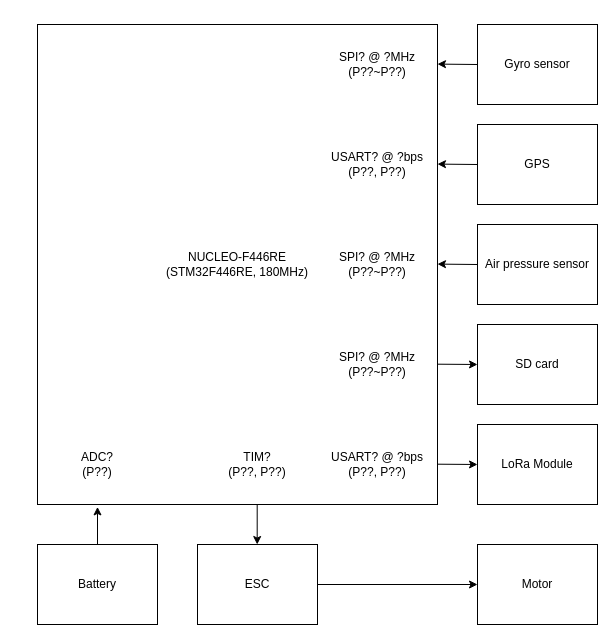
Earlier version of the draw.io diagram page "Main" (1 of 2) of diagram/connectionDiagram.drawio (OProcessing/giantHornet). Source tidied: cells renumbered, new cells numbered last; positions are measured from the earlier drawing's top-left corner, leaving out a move shared by most shapes. Both pictures are drawn from the tidied source at 100%, with x=0, y=0 at pixel (17, 24).
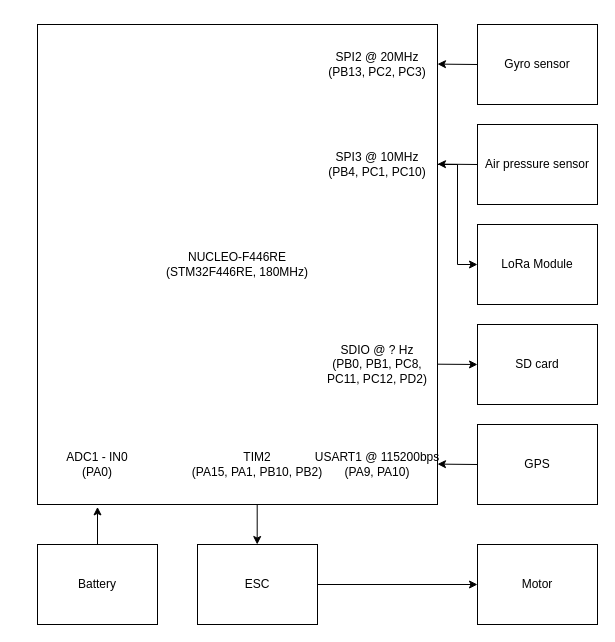
The same diagram, later.

The change refers to these unchanged cells:
```xml
<mxCell id="2" value="NUCLEO-F446RE&lt;br&gt;(STM32F446RE, 180MHz)" style="rounded=0;whiteSpace=wrap;html=1;" parent="1" vertex="1">
  <mxGeometry x="20" width="400" height="480" as="geometry" />
</mxCell>
```

Diff of the diagram source:
```diff
@@
+    <mxCell id="26" style="edgeStyle=orthogonalEdgeStyle;rounded=0;jettySize=auto;html=1;exitX=1;exitY=0;exitDx=0;exitDy=0;entryX=0;entryY=0.5;entryDx=0;entryDy=0;" parent="1" edge="1" source="2" target="25">
+      <mxGeometry relative="1" as="geometry">
+        <Array as="points">
+          <mxPoint x="420" y="140" />
+          <mxPoint x="440" y="140" />
+          <mxPoint x="440" y="240" />
+        </Array>
+      </mxGeometry>
+    </mxCell>
@@
-    <mxCell id="3" value="SPI? @ ?MHz&lt;br&gt;(P??~P??)" style="text;html=1;strokeColor=none;fillColor=none;align=center;verticalAlign=middle;whiteSpace=wrap;rounded=0;" parent="1" vertex="1">
+    <mxCell id="3" value="SPI2 @ 20MHz&lt;br&gt;(PB13, PC2, PC3)" style="text;html=1;strokeColor=none;fillColor=none;align=center;verticalAlign=middle;whiteSpace=wrap;rounded=0;" parent="1" vertex="1">
       <mxGeometry x="280" y="20" width="160" height="40" as="geometry" />
     </mxCell>
@@
-    <mxCell id="7" value="SPI? @ ?MHz&lt;br&gt;(P??~P??)" style="text;html=1;strokeColor=none;fillColor=none;align=center;verticalAlign=middle;whiteSpace=wrap;rounded=0;" parent="1" vertex="1">
+    <mxCell id="7" value="SDIO @ ? Hz&lt;br&gt;(PB0, PB1,&amp;nbsp;PC8,&lt;br&gt;PC11,&amp;nbsp;PC12,&amp;nbsp;PD2)" style="text;html=1;strokeColor=none;fillColor=none;align=center;verticalAlign=middle;whiteSpace=wrap;rounded=0;" parent="1" vertex="1">
       <mxGeometry x="280" y="320" width="160" height="40" as="geometry" />
     </mxCell>
-    <mxCell id="8" value="USART? @ ?bps&lt;br&gt;(P??, P??)" style="text;html=1;strokeColor=none;fillColor=none;align=center;verticalAlign=middle;whiteSpace=wrap;rounded=0;" parent="1" vertex="1">
-      <mxGeometry x="280" y="120" width="160" height="40" as="geometry" />
+    <mxCell id="8" value="USART1 @ 115200bps&lt;br&gt;(PA9, PA10)" style="text;html=1;strokeColor=none;fillColor=none;align=center;verticalAlign=middle;whiteSpace=wrap;rounded=0;" parent="1" vertex="1">
+      <mxGeometry x="280" y="420" width="160" height="40" as="geometry" />
     </mxCell>
-    <mxCell id="9" value="SPI? @ ?MHz&lt;br&gt;(P??~P??)" style="text;html=1;strokeColor=none;fillColor=none;align=center;verticalAlign=middle;whiteSpace=wrap;rounded=0;" parent="1" vertex="1">
-      <mxGeometry x="280" y="220" width="160" height="40" as="geometry" />
+    <mxCell id="9" value="SPI3 @ 10MHz&lt;br&gt;(PB4, PC1, PC10)" style="text;html=1;strokeColor=none;fillColor=none;align=center;verticalAlign=middle;whiteSpace=wrap;rounded=0;" parent="1" vertex="1">
+      <mxGeometry x="280" y="120" width="160" height="40" as="geometry" />
     </mxCell>
-    <mxCell id="10" value="USART? @ ?bps&lt;br&gt;(P??, P??)" style="text;html=1;strokeColor=none;fillColor=none;align=center;verticalAlign=middle;whiteSpace=wrap;rounded=0;" parent="1" vertex="1">
-      <mxGeometry x="280" y="420" width="160" height="40" as="geometry" />
-    </mxCell>
-    <mxCell id="11" value="TIM?&lt;br&gt;(P??, P??)" style="text;html=1;strokeColor=none;fillColor=none;align=center;verticalAlign=middle;whiteSpace=wrap;rounded=0;" parent="1" vertex="1">
+    <mxCell id="11" value="TIM2&lt;br&gt;(PA15, PA1,&amp;nbsp;PB10, PB2)" style="text;html=1;strokeColor=none;fillColor=none;align=center;verticalAlign=middle;whiteSpace=wrap;rounded=0;" parent="1" vertex="1">
       <mxGeometry x="160" y="420" width="160" height="40" as="geometry" />
     </mxCell>
-    <mxCell id="12" value="ADC?&lt;br&gt;(P??)" style="text;html=1;strokeColor=none;fillColor=none;align=center;verticalAlign=middle;whiteSpace=wrap;rounded=0;" parent="1" vertex="1">
+    <mxCell id="12" value="ADC1 - IN0&lt;br&gt;(PA0)" style="text;html=1;strokeColor=none;fillColor=none;align=center;verticalAlign=middle;whiteSpace=wrap;rounded=0;" parent="1" vertex="1">
       <mxGeometry y="420" width="160" height="40" as="geometry" />
     </mxCell>
@@
-    <mxCell id="16" style="endArrow=classic;html=1;rounded=0;entryX=0;entryY=0.5;entryDx=0;entryDy=0;" parent="1" edge="1" target="25">
-      <mxGeometry relative="1" as="geometry">
-        <mxPoint x="420" y="439.7" as="sourcePoint" />
-      </mxGeometry>
-    </mxCell>
@@
     <mxCell id="19" style="endArrow=classic;html=1;rounded=0;exitX=0;exitY=0.5;exitDx=0;exitDy=0;" parent="1" edge="1" source="22">
       <mxGeometry relative="1" as="geometry">
-        <mxPoint x="420" y="139.6" as="targetPoint" />
+        <mxPoint x="420" y="439.6" as="targetPoint" />
       </mxGeometry>
     </mxCell>
     <mxCell id="20" style="endArrow=classic;html=1;rounded=0;exitX=0;exitY=0.5;exitDx=0;exitDy=0;" parent="1" edge="1" source="23">
       <mxGeometry relative="1" as="geometry">
-        <mxPoint x="420" y="239.6" as="targetPoint" />
+        <mxPoint x="420" y="139.6" as="targetPoint" />
       </mxGeometry>
     </mxCell>
@@
     <mxCell id="22" value="GPS" style="rounded=0;whiteSpace=wrap;html=1;" parent="1" vertex="1">
-      <mxGeometry x="460" y="100" width="120" height="80" as="geometry" />
+      <mxGeometry x="460" y="400" width="120" height="80" as="geometry" />
     </mxCell>
     <mxCell id="23" value="Air pressure sensor" style="rounded=0;whiteSpace=wrap;html=1;" parent="1" vertex="1">
-      <mxGeometry x="460" y="200" width="120" height="80" as="geometry" />
+      <mxGeometry x="460" y="100" width="120" height="80" as="geometry" />
     </mxCell>
@@
     <mxCell id="25" value="LoRa Module" style="rounded=0;whiteSpace=wrap;html=1;" parent="1" vertex="1">
-      <mxGeometry x="460" y="400" width="120" height="80" as="geometry" />
+      <mxGeometry x="460" y="200" width="120" height="80" as="geometry" />
     </mxCell>
```
